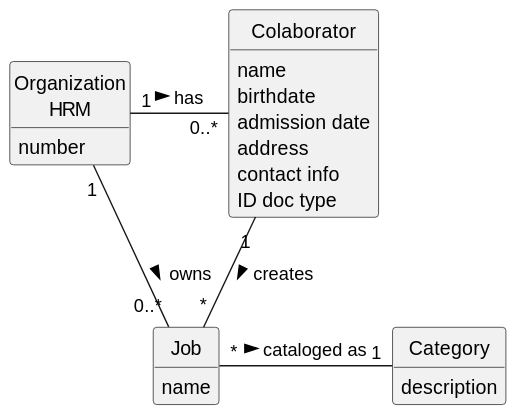
The PlantUML diagram docs/sprintA/us002/02.analysis/svg/us002-domain-model.svg in daniel41silva05/ISEP_2023_2024_LAPR2, before a commit.
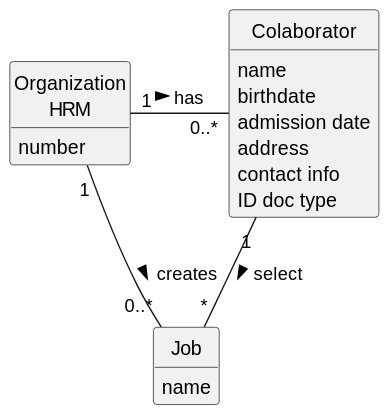
The same file after the commit.

Diff of the diagram source:
```diff
@@ -21,9 +21,6 @@
 
 }
 
-class Category {
-    description
-}
 
 class Colaborator {
     name
@@ -36,7 +33,6 @@
 
 
 Organization\nHRM "1" - "0..*" Colaborator : has >
-Organization\nHRM "1" - "0..*" Job: owns >
-Colaborator "1" -- "*" Job : creates >
-Job "*" - "1" Category: cataloged as >
+Organization\nHRM "1" - "0..*" Job: creates >
+Colaborator "1" -- "*" Job : select >
 @enduml
```
